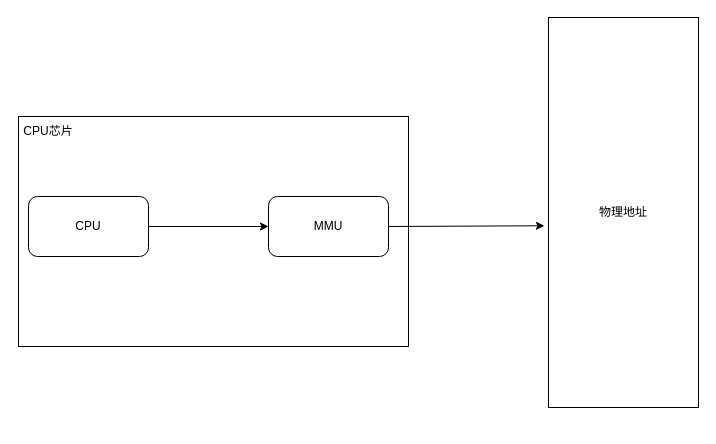
Earlier version of the draw.io diagram MMU.drawio (Netech-DevNote/itquestions_pictures). Source tidied: cells renumbered, new cells numbered last; positions are measured from the earlier drawing's top-left corner, leaving out a move shared by most shapes. Both pictures are drawn from the tidied source at 100%, with x=0, y=0 at pixel (18, 17).
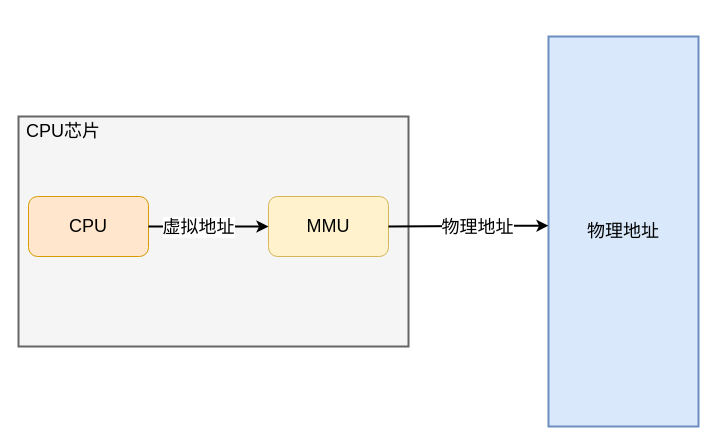
Above is the later version.

The edit, as a diff of the source:
```diff
@@
 <mxGraphModel>
   <root>
     <mxCell id="0" />
     <mxCell id="1" parent="0" />
-    <mxCell id="2" style="rounded=0;whiteSpace=wrap;html=1;" parent="1" vertex="1">
+    <mxCell id="2" style="rounded=0;whiteSpace=wrap;html=1;fontSize=18;fillColor=#f5f5f5;strokeColor=#666666;fontColor=#333333;strokeWidth=2;" parent="1" vertex="1">
       <mxGeometry y="99" width="390" height="230" as="geometry" />
     </mxCell>
-    <mxCell id="3" value="CPU" style="rounded=1;whiteSpace=wrap;html=1;" parent="1" vertex="1">
+    <mxCell id="3" value="CPU" style="rounded=1;whiteSpace=wrap;html=1;fontSize=18;fillColor=#ffe6cc;strokeColor=#d79b00;" parent="1" vertex="1">
       <mxGeometry x="10" y="179" width="120" height="60" as="geometry" />
     </mxCell>
-    <mxCell id="4" value="物理地址" style="rounded=0;whiteSpace=wrap;html=1;" parent="1" vertex="1">
-      <mxGeometry x="530" width="150" height="390" as="geometry" />
+    <mxCell id="4" value="物理地址" style="rounded=0;whiteSpace=wrap;html=1;fontSize=18;fillColor=#dae8fc;strokeColor=#6c8ebf;strokeWidth=2;" parent="1" vertex="1">
+      <mxGeometry x="530" y="19" width="150" height="390" as="geometry" />
     </mxCell>
-    <mxCell id="5" value="MMU" style="rounded=1;whiteSpace=wrap;html=1;" parent="1" vertex="1">
+    <mxCell id="5" value="MMU" style="rounded=1;whiteSpace=wrap;html=1;fontSize=18;fillColor=#fff2cc;strokeColor=#d6b656;" parent="1" vertex="1">
       <mxGeometry x="250" y="179" width="120" height="60" as="geometry" />
     </mxCell>
-    <mxCell id="6" style="endArrow=classic;html=1;rounded=0;exitX=1;exitY=0.5;exitDx=0;exitDy=0;entryX=-0.027;entryY=0.534;entryDx=0;entryDy=0;entryPerimeter=0;" parent="1" edge="1" source="5" target="4">
+    <mxCell id="6" style="endArrow=classic;html=1;rounded=0;exitX=1;exitY=0.5;exitDx=0;exitDy=0;entryX=0;entryY=0.485;entryDx=0;entryDy=0;fontSize=18;entryPerimeter=0;strokeWidth=2;" parent="1" edge="1" source="5" target="4">
       <mxGeometry relative="1" as="geometry" />
     </mxCell>
+    <mxCell id="9" value="物理地址" style="edgeLabel;html=1;align=center;verticalAlign=middle;fontSize=18;" parent="6" vertex="1">
+      <mxGeometry x="0.23" y="1" relative="1" as="geometry">
+        <mxPoint x="-9" y="2" as="offset" />
+      </mxGeometry>
+    </mxCell>
-    <mxCell id="7" style="endArrow=classic;html=1;rounded=0;exitX=1;exitY=0.5;exitDx=0;exitDy=0;" parent="1" edge="1" source="3" target="5">
+    <mxCell id="7" style="endArrow=classic;html=1;rounded=0;exitX=1;exitY=0.5;exitDx=0;exitDy=0;fontSize=18;strokeWidth=2;" parent="1" edge="1" source="3" target="5">
       <mxGeometry relative="1" as="geometry" />
     </mxCell>
+    <mxCell id="10" value="虚拟地址" style="edgeLabel;html=1;align=center;verticalAlign=middle;fontSize=18;" parent="7" vertex="1">
+      <mxGeometry x="-0.18" y="-1" relative="1" as="geometry">
+        <mxPoint y="-1" as="offset" />
+      </mxGeometry>
+    </mxCell>
-    <mxCell id="8" value="CPU芯片" style="text;html=1;strokeColor=none;fillColor=none;align=center;verticalAlign=middle;whiteSpace=wrap;rounded=0;" parent="1" vertex="1">
-      <mxGeometry y="99" width="60" height="30" as="geometry" />
+    <mxCell id="8" value="CPU芯片" style="text;html=1;strokeColor=none;fillColor=none;align=center;verticalAlign=middle;whiteSpace=wrap;rounded=0;fontSize=18;" parent="1" vertex="1">
+      <mxGeometry y="99" width="90" height="30" as="geometry" />
     </mxCell>
   </root>
 </mxGraphModel>
```
